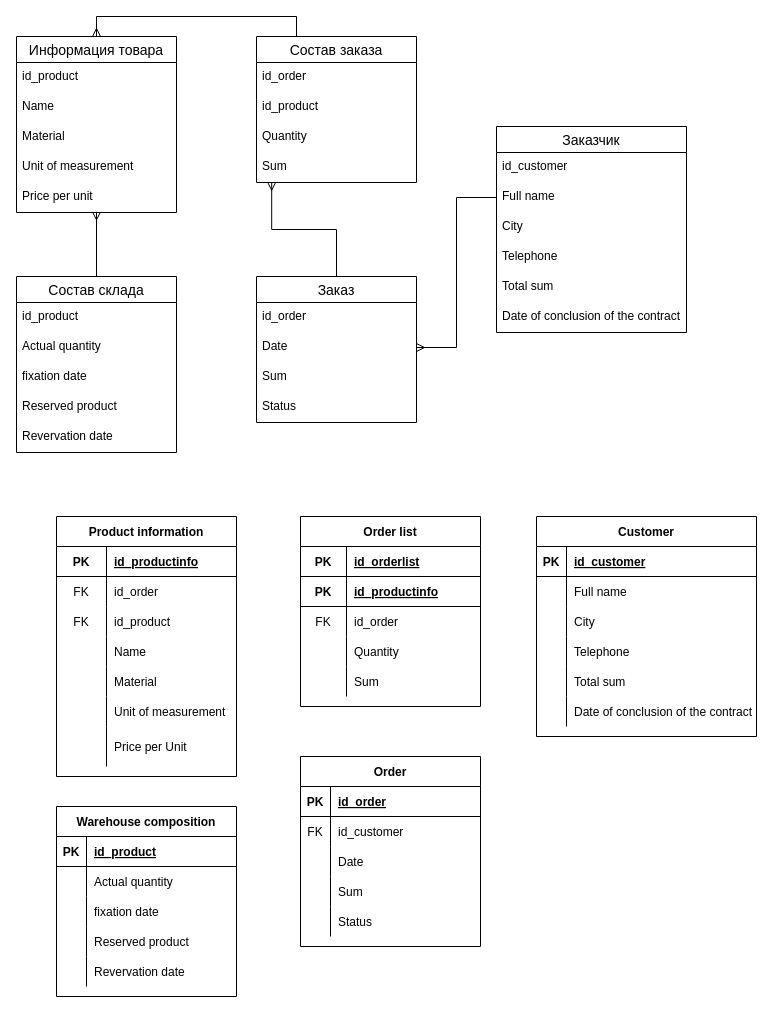
Earlier version of the draw.io diagram 4 term/Data bases/lab1/lab1.drawio (1790691720/BMSTU-Studing). Source tidied: cells renumbered, new cells numbered last; positions are measured from the earlier drawing's top-left corner, leaving out a move shared by most shapes. Both pictures are drawn from the tidied source at 100%, with x=0, y=0 at pixel (16, 36).
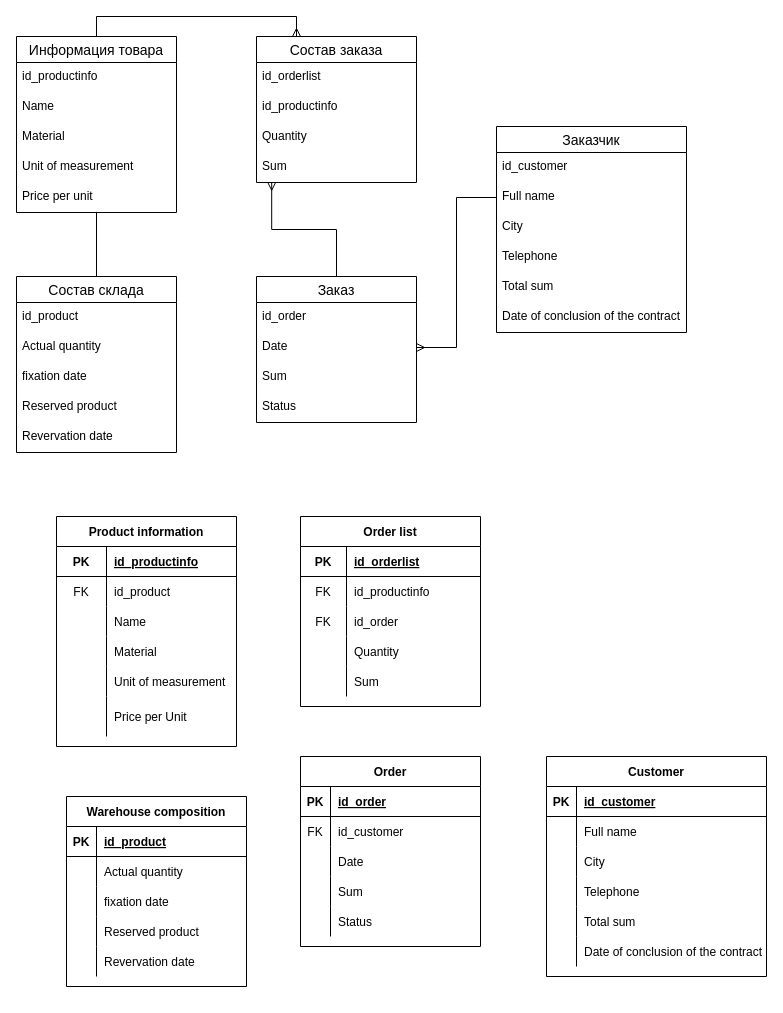
The same page after the edit.

Unchanged cells that the change refers to:
```xml
<mxCell id="2" value="Информация товара" style="swimlane;fontStyle=0;horizontal=1;startSize=26;align=center;fontSize=14;" parent="1" vertex="1">
  <mxGeometry width="160" height="176" as="geometry" />
</mxCell>
<mxCell id="7" value="Price per unit" style="text;strokeColor=none;fillColor=none;spacingLeft=4;spacingRight=4;overflow=hidden;points=[[0,0.5],[1,0.5]];portConstraint=eastwest;fontSize=12;" parent="2" vertex="1">
  <mxGeometry y="146" width="160" height="30" as="geometry" />
</mxCell>
<mxCell id="9" value="Состав склада" style="swimlane;fontStyle=0;horizontal=1;startSize=26;align=center;fontSize=14;" parent="1" vertex="1">
  <mxGeometry y="240" width="160" height="176" as="geometry" />
</mxCell>
<mxCell id="22" value="Состав заказа" style="swimlane;fontStyle=0;horizontal=1;startSize=26;align=center;fontSize=14;" parent="1" vertex="1">
  <mxGeometry x="240" width="160" height="146" as="geometry" />
</mxCell>
<mxCell id="57" value="Order list" style="shape=table;startSize=30;childLayout=tableLayout;rowLines=0;fontStyle=1;align=center;" parent="1" vertex="1">
  <mxGeometry x="284" y="480" width="180" height="190" as="geometry" />
</mxCell>
```

What changed in the source:
```diff
@@
-    <mxCell id="3" value="id_product" style="text;strokeColor=none;fillColor=none;spacingLeft=4;spacingRight=4;overflow=hidden;fontSize=12;" parent="2" vertex="1">
+    <mxCell id="3" value="id_productinfo" style="text;strokeColor=none;fillColor=none;spacingLeft=4;spacingRight=4;overflow=hidden;fontSize=12;" parent="2" vertex="1">
       <mxGeometry y="26" width="160" height="30" as="geometry" />
     </mxCell>
@@
-    <mxCell id="8" style="edgeStyle=orthogonalEdgeStyle;rounded=0;jettySize=auto;html=1;exitX=0.5;exitY=0;exitDx=0;exitDy=0;entryX=0.5;entryY=0.98;entryDx=0;entryDy=0;entryPerimeter=0;endArrow=ERmany;endFill=0;" parent="1" edge="1" source="9" target="7">
+    <mxCell id="8" style="edgeStyle=orthogonalEdgeStyle;rounded=0;jettySize=auto;html=1;exitX=0.5;exitY=0;exitDx=0;exitDy=0;entryX=0.5;entryY=0.98;entryDx=0;entryDy=0;entryPerimeter=0;endArrow=none;endFill=0;" parent="1" edge="1" source="9" target="7">
       <mxGeometry relative="1" as="geometry" />
     </mxCell>
@@
-    <mxCell id="21" style="edgeStyle=orthogonalEdgeStyle;rounded=0;jettySize=auto;html=1;exitX=0.25;exitY=0;exitDx=0;exitDy=0;entryX=0.5;entryY=0;entryDx=0;entryDy=0;endArrow=ERmany;endFill=0;" parent="1" edge="1" source="22" target="2">
+    <mxCell id="21" style="edgeStyle=orthogonalEdgeStyle;rounded=0;jettySize=auto;html=1;exitX=0.25;exitY=0;exitDx=0;exitDy=0;entryX=0.5;entryY=0;entryDx=0;entryDy=0;endArrow=none;endFill=0;startArrow=ERmany;startFill=0;" parent="1" edge="1" source="22" target="2">
       <mxGeometry relative="1" as="geometry" />
     </mxCell>
@@
-    <mxCell id="23" value="id_order" style="text;strokeColor=none;fillColor=none;spacingLeft=4;spacingRight=4;overflow=hidden;fontSize=12;" parent="22" vertex="1">
+    <mxCell id="23" value="id_orderlist" style="text;strokeColor=none;fillColor=none;spacingLeft=4;spacingRight=4;overflow=hidden;fontSize=12;" parent="22" vertex="1">
       <mxGeometry y="26" width="160" height="30" as="geometry" />
     </mxCell>
-    <mxCell id="24" value="id_product" style="text;strokeColor=none;fillColor=none;spacingLeft=4;spacingRight=4;overflow=hidden;fontSize=12;" parent="22" vertex="1">
+    <mxCell id="24" value="id_productinfo" style="text;strokeColor=none;fillColor=none;spacingLeft=4;spacingRight=4;overflow=hidden;fontSize=12;" parent="22" vertex="1">
       <mxGeometry y="56" width="160" height="30" as="geometry" />
     </mxCell>
@@
     <mxCell id="35" value="Product information" style="shape=table;startSize=30;childLayout=tableLayout;rowLines=0;fontStyle=1;align=center;" parent="1" vertex="1">
-      <mxGeometry x="40" y="480" width="180" height="260" as="geometry" />
+      <mxGeometry x="40" y="480" width="180" height="230" as="geometry" />
     </mxCell>
@@
-    <mxCell id="39" style="shape=partialRectangle;fillColor=none;top=0;left=0;bottom=0;right=0;" parent="35" vertex="1">
-      <mxGeometry y="60" width="180" height="30" as="geometry" />
-    </mxCell>
-    <mxCell id="40" value="FK" style="shape=partialRectangle;fillColor=none;top=0;left=0;bottom=0;right=0;fontStyle=0;overflow=hidden;" parent="39" vertex="1">
-      <mxGeometry width="50" height="30" as="geometry" />
-    </mxCell>
-    <mxCell id="41" value="id_order" style="shape=partialRectangle;fillColor=none;top=0;left=0;bottom=0;right=0;align=left;spacingLeft=6;fontStyle=0;overflow=hidden;" parent="39" vertex="1">
-      <mxGeometry x="50" width="130" height="30" as="geometry" />
-    </mxCell>
     <mxCell id="42" style="shape=partialRectangle;fillColor=none;top=0;left=0;bottom=0;right=0;" parent="35" vertex="1">
-      <mxGeometry y="90" width="180" height="30" as="geometry" />
+      <mxGeometry y="60" width="180" height="30" as="geometry" />
     </mxCell>
@@
     <mxCell id="45" style="shape=partialRectangle;fillColor=none;top=0;left=0;bottom=0;right=0;" parent="35" vertex="1">
-      <mxGeometry y="120" width="180" height="30" as="geometry" />
+      <mxGeometry y="90" width="180" height="30" as="geometry" />
     </mxCell>
@@
     <mxCell id="48" style="shape=partialRectangle;fillColor=none;top=0;left=0;bottom=0;right=0;" parent="35" vertex="1">
-      <mxGeometry y="150" width="180" height="30" as="geometry" />
+      <mxGeometry y="120" width="180" height="30" as="geometry" />
     </mxCell>
@@
     <mxCell id="51" style="shape=partialRectangle;fillColor=none;top=0;left=0;bottom=0;right=0;" parent="35" vertex="1">
-      <mxGeometry y="180" width="180" height="30" as="geometry" />
+      <mxGeometry y="150" width="180" height="30" as="geometry" />
     </mxCell>
@@
     <mxCell id="54" style="shape=partialRectangle;fillColor=none;top=0;left=0;bottom=0;right=0;" parent="35" vertex="1">
-      <mxGeometry y="210" width="180" height="40" as="geometry" />
+      <mxGeometry y="180" width="180" height="40" as="geometry" />
     </mxCell>
@@
-    <mxCell id="61" style="shape=partialRectangle;fillColor=none;top=0;left=0;bottom=1;right=0;" parent="57" vertex="1">
-      <mxGeometry y="60" width="180" height="30" as="geometry" />
-    </mxCell>
-    <mxCell id="62" value="PK" style="shape=partialRectangle;fillColor=none;top=0;left=0;bottom=0;right=0;fontStyle=1;overflow=hidden;" parent="61" vertex="1">
-      <mxGeometry width="46" height="30" as="geometry" />
-    </mxCell>
+    <mxCell id="39" style="shape=partialRectangle;fillColor=none;top=0;left=0;bottom=0;right=0;" parent="57" vertex="1">
+      <mxGeometry y="60" width="180" height="30" as="geometry" />
+    </mxCell>
+    <mxCell id="40" value="FK" style="shape=partialRectangle;fillColor=none;top=0;left=0;bottom=0;right=0;fontStyle=0;overflow=hidden;" parent="39" vertex="1">
+      <mxGeometry width="46" height="30" as="geometry" />
+    </mxCell>
-    <mxCell id="63" value="id_productinfo" style="shape=partialRectangle;fillColor=none;top=0;left=0;bottom=0;right=0;align=left;spacingLeft=6;fontStyle=5;overflow=hidden;" parent="61" vertex="1">
+    <mxCell id="63" value="id_productinfo" style="shape=partialRectangle;fillColor=none;top=0;left=0;bottom=0;right=0;align=left;spacingLeft=6;fontStyle=0;overflow=hidden;" parent="39" vertex="1">
       <mxGeometry x="46" width="134" height="30" as="geometry" />
     </mxCell>
@@
     <mxCell id="73" value="Warehouse composition" style="shape=table;startSize=30;childLayout=tableLayout;rowLines=0;fontStyle=1;align=center;" parent="1" vertex="1">
-      <mxGeometry x="40" y="770" width="180" height="190" as="geometry" />
+      <mxGeometry x="50" y="760" width="180" height="190" as="geometry" />
     </mxCell>
@@
     <mxCell id="89" value="Customer" style="shape=table;startSize=30;childLayout=tableLayout;rowLines=0;fontStyle=1;align=center;" parent="1" vertex="1">
-      <mxGeometry x="520" y="480" width="220" height="220" as="geometry" />
+      <mxGeometry x="530" y="720" width="220" height="220" as="geometry" />
     </mxCell>
```
